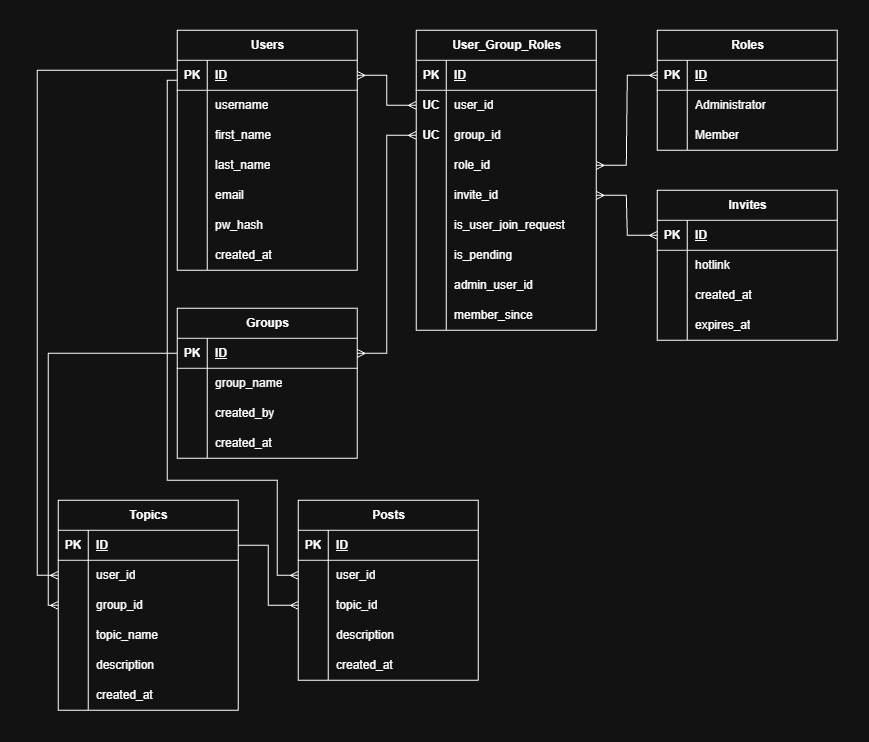
The draw.io diagram docs/ER-letstalkaboutit.png in Sofie200/lets-talk-about-it, before a commit. Source tidied: cells renumbered, new cells last; positions are measured from the earlier drawing's top-left corner, leaving out a move shared by most shapes.
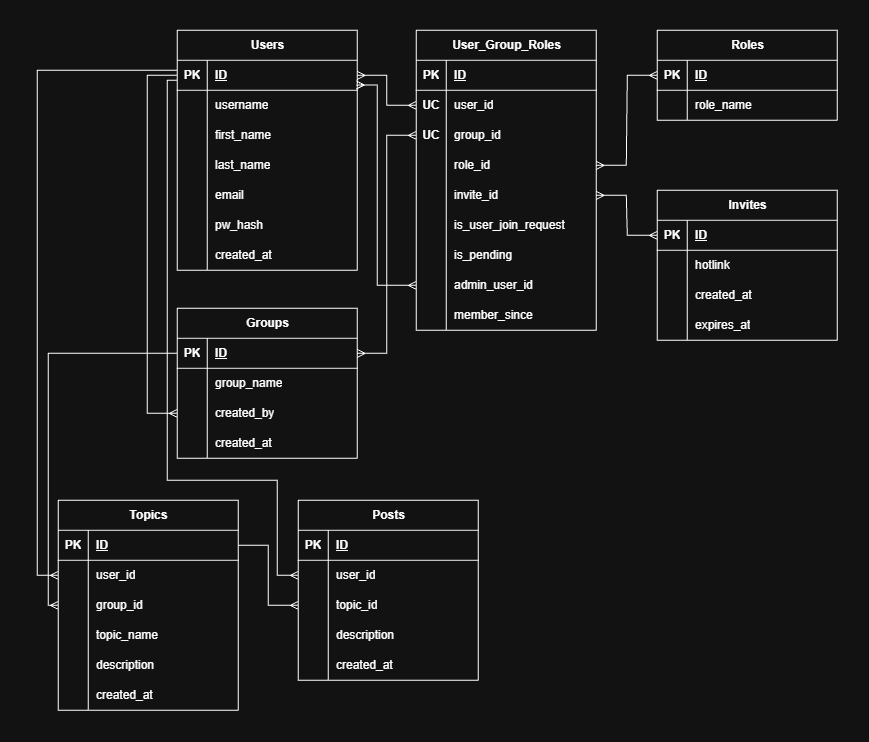
The same file after the commit.

Commit message:
Corrected ER-diagram

The edit, as a diff of the source:
```diff
@@ -108,7 +108,7 @@
       <mxGeometry x="30" width="150" height="30" as="geometry" />
     </mxCell>
     <mxCell id="37" value="Roles" style="shape=table;startSize=30;rowLines=0;fontStyle=1;align=center;html=1;" parent="1" vertex="1">
-      <mxGeometry x="620" width="180" height="120" as="geometry" />
+      <mxGeometry x="620" width="180" height="90" as="geometry" />
     </mxCell>
     <mxCell id="38" style="shape=tableRow;horizontal=0;startSize=0;swimlaneHead=0;swimlaneBody=0;fillColor=none;points=[[0,0.5],[1,0.5]];portConstraint=eastwest;top=0;left=0;right=0;bottom=1;" parent="37" vertex="1">
       <mxGeometry y="30" width="180" height="30" as="geometry" />
@@ -125,18 +125,9 @@
     <mxCell id="42" style="shape=partialRectangle;fillColor=none;top=0;left=0;bottom=0;right=0;overflow=hidden;whiteSpace=wrap;html=1;" parent="41" vertex="1">
       <mxGeometry width="30" height="30" as="geometry" />
     </mxCell>
-    <mxCell id="43" value="Administrator" style="shape=partialRectangle;fillColor=none;top=0;left=0;bottom=0;right=0;align=left;spacingLeft=6;overflow=hidden;whiteSpace=wrap;html=1;" parent="41" vertex="1">
+    <mxCell id="43" value="role_name" style="shape=partialRectangle;fillColor=none;top=0;left=0;bottom=0;right=0;align=left;spacingLeft=6;overflow=hidden;whiteSpace=wrap;html=1;" parent="41" vertex="1">
       <mxGeometry x="30" width="150" height="30" as="geometry" />
     </mxCell>
-    <mxCell id="44" style="shape=tableRow;horizontal=0;startSize=0;swimlaneHead=0;swimlaneBody=0;fillColor=none;top=0;left=0;right=0;bottom=0;" parent="37" vertex="1">
-      <mxGeometry y="90" width="180" height="30" as="geometry" />
-    </mxCell>
-    <mxCell id="45" style="shape=partialRectangle;fillColor=none;top=0;left=0;bottom=0;right=0;overflow=hidden;whiteSpace=wrap;html=1;" parent="44" vertex="1">
-      <mxGeometry width="30" height="30" as="geometry" />
-    </mxCell>
-    <mxCell id="46" value="Member" style="shape=partialRectangle;fillColor=none;top=0;left=0;bottom=0;right=0;align=left;spacingLeft=6;overflow=hidden;whiteSpace=wrap;html=1;" parent="44" vertex="1">
-      <mxGeometry x="30" width="150" height="30" as="geometry" />
-    </mxCell>
     <mxCell id="47" value="User_Group_Roles" style="shape=table;startSize=30;rowLines=0;fontStyle=1;align=center;html=1;" parent="1" vertex="1">
       <mxGeometry x="379" width="180" height="300" as="geometry" />
     </mxCell>
@@ -401,5 +392,21 @@
     <mxCell id="130" style="edgeStyle=entityRelationEdgeStyle;fontSize=12;html=1;endArrow=ERmany;rounded=0;entryX=0;entryY=0.5;entryDx=0;entryDy=0;exitX=1;exitY=0.5;exitDx=0;exitDy=0;" parent="1" edge="1" source="76" target="101">
       <mxGeometry relative="1" as="geometry" />
     </mxCell>
+    <mxCell id="131" style="fontSize=12;html=1;endArrow=ERmany;rounded=0;entryX=0;entryY=0.5;entryDx=0;entryDy=0;exitX=0;exitY=0.5;exitDx=0;exitDy=0;edgeStyle=orthogonalEdgeStyle;" parent="1" edge="1" source="3" target="31">
+      <mxGeometry relative="1" as="geometry">
+        <Array as="points">
+          <mxPoint x="110" y="45" />
+          <mxPoint x="110" y="383" />
+        </Array>
+      </mxGeometry>
+    </mxCell>
+    <mxCell id="132" style="fontSize=12;html=1;endArrow=ERmany;startArrow=ERmany;rounded=0;entryX=0.994;entryY=0.825;entryDx=0;entryDy=0;entryPerimeter=0;exitX=0;exitY=0.5;exitDx=0;exitDy=0;edgeStyle=orthogonalEdgeStyle;" parent="1" edge="1" source="69" target="3">
+      <mxGeometry relative="1" as="geometry">
+        <Array as="points">
+          <mxPoint x="340" y="255" />
+          <mxPoint x="340" y="54.8" />
+        </Array>
+      </mxGeometry>
+    </mxCell>
   </root>
 </mxGraphModel>
```
